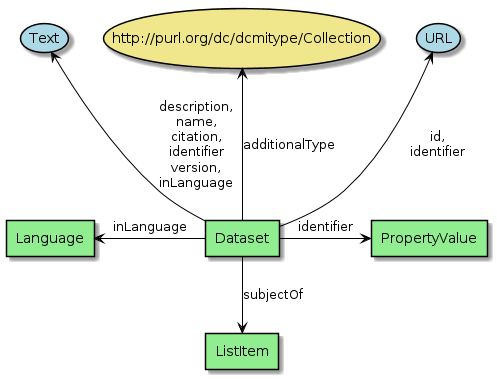
The PlantUML diagram series/diagrams/GranuleIdentification.png in eovoc/eo-on-schema.org, before a commit. The source it was exported from:
```plantuml
@startuml


skinparam usecase {
BackgroundColor LightBlue
BorderColor Black
  ArrowColor Black
  linetype Ortho
}

skinparam agent {
BackgroundColor LightGreen
BorderColor Black
ArrowColor Black
linetype Ortho
}


usecase "http://purl.org/dc/dcmitype/Collection" as URL #Khaki

agent Dataset
agent Language
agent ListItem
agent PropertyValue


Dataset -up-> (URL ) : "id,\nidentifier"
Dataset -up-> URL  : "additionalType"

Dataset -up-> (Text) : "description,\nname,\ncitation,\nidentifier\nversion,\ninLanguage"

Dataset -left-> Language : "inLanguage"

Dataset -down-> ListItem : "subjectOf"

Dataset -right-> PropertyValue : "identifier"
@enduml
```
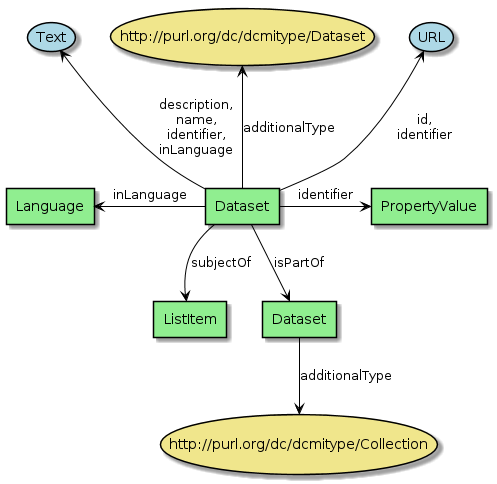
After the commit.

Diff of the diagram source:
```diff
@@ -16,22 +16,30 @@
 }
 
 
-usecase "http://purl.org/dc/dcmitype/Collection" as URL #Khaki
+usecase "http://purl.org/dc/dcmitype/Dataset" as URL #Khaki
+
+usecase "http://purl.org/dc/dcmitype/Collection" as t2 #Khaki
 
 agent Dataset
 agent Language
 agent ListItem
 agent PropertyValue
 
+agent Collection as "Dataset"
+
 
 Dataset -up-> (URL ) : "id,\nidentifier"
 Dataset -up-> URL  : "additionalType"
 
-Dataset -up-> (Text) : "description,\nname,\ncitation,\nidentifier\nversion,\ninLanguage"
+Dataset -up-> (Text) : "description,\nname,\nidentifier,\ninLanguage"
 
 Dataset -left-> Language : "inLanguage"
 
 Dataset -down-> ListItem : "subjectOf"
 
 Dataset -right-> PropertyValue : "identifier"
+
+Dataset -down-> Collection : "isPartOf"
+
+Collection --> t2 : "additionalType"
 @enduml
```
